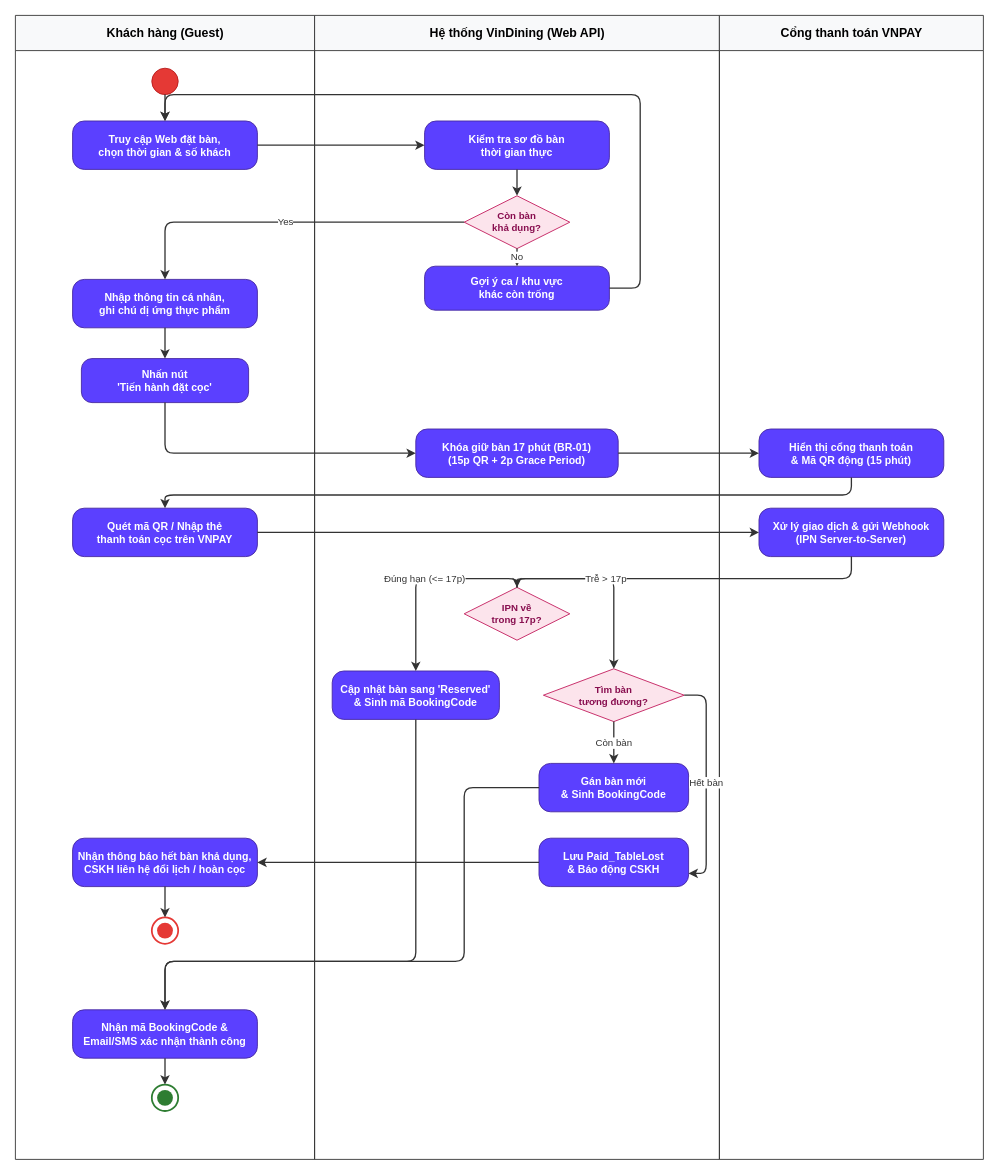
AndrewQng/VinDining keeps this draw.io diagram as docs/phase1/drawio/ad01_reservation_deposit.drawio. Above is the earlier version. Source tidied: cells renumbered, new cells numbered last; positions are measured from the earlier drawing's top-left corner, leaving out a move shared by most shapes. Both pictures are drawn from the tidied source at 88%, with x=0, y=0 at pixel (15, 15).
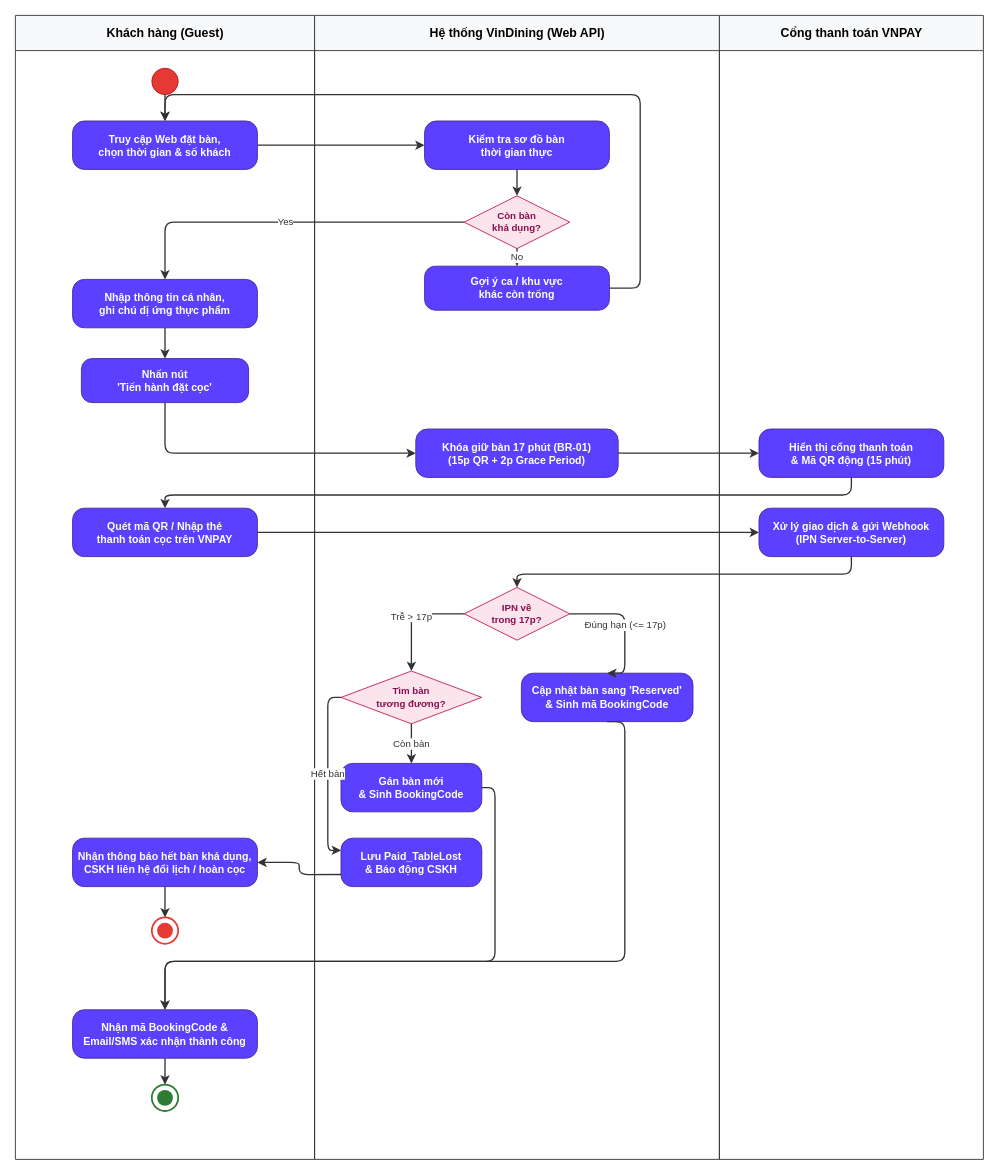
Above is the later version.

The change refers to these unchanged cells:
```xml
<mxCell id="7" value="Quét mã QR / Nhập thẻ&#10;thanh toán cọc trên VNPAY" style="rounded=1;arcSize=24;whiteSpace=wrap;html=1;fillColor=#5b40ff;strokeColor=#4527a0;fontColor=#ffffff;fontStyle=1;fontSize=12;align=center;verticalAlign=middle;" parent="2" vertex="1">
  <mxGeometry x="65" y="560" width="210" height="55" as="geometry" />
</mxCell>
<mxCell id="8" value="Nhận thông báo hết bàn khả dụng,&#10;CSKH liên hệ đổi lịch / hoàn cọc" style="rounded=1;arcSize=24;whiteSpace=wrap;html=1;fillColor=#5b40ff;strokeColor=#4527a0;fontColor=#ffffff;fontStyle=1;fontSize=12;align=center;verticalAlign=middle;" parent="2" vertex="1">
  <mxGeometry x="65" y="935" width="210" height="55" as="geometry" />
</mxCell>
<mxCell id="11" value="Nhận mã BookingCode &amp;&#10;Email/SMS xác nhận thành công" style="rounded=1;arcSize=24;whiteSpace=wrap;html=1;fillColor=#5b40ff;strokeColor=#4527a0;fontColor=#ffffff;fontStyle=1;fontSize=12;align=center;verticalAlign=middle;" parent="2" vertex="1">
  <mxGeometry x="65" y="1130" width="210" height="55" as="geometry" />
</mxCell>
<mxCell id="14" value="Hệ thống VinDining (Web API)" style="swimlane;html=1;startSize=40;horizontal=1;fontStyle=1;fontSize=14;align=center;verticalAlign=middle;fillColor=#f8f9fa;strokeColor=#333333;swimlaneLine=1;" parent="1" vertex="1">
  <mxGeometry x="340" width="460" height="1300" as="geometry" />
</mxCell>
<mxCell id="19" value="IPN về&#10;trong 17p?" style="rhombus;whiteSpace=wrap;html=1;fillColor=#fce4ec;strokeColor=#c2185b;fontColor=#880e4f;fontStyle=1;fontSize=11;align=center;verticalAlign=middle;" parent="14" vertex="1">
  <mxGeometry x="170" y="650" width="120" height="60" as="geometry" />
</mxCell>
<mxCell id="26" value="Xử lý giao dịch &amp; gửi Webhook&#10;(IPN Server-to-Server)" style="rounded=1;arcSize=24;whiteSpace=wrap;html=1;fillColor=#5b40ff;strokeColor=#4527a0;fontColor=#ffffff;fontStyle=1;fontSize=12;align=center;verticalAlign=middle;" parent="24" vertex="1">
  <mxGeometry x="45" y="560" width="210" height="55" as="geometry" />
</mxCell>
```

What changed in the source:
```diff
@@
-    <mxCell id="20" value="Cập nhật bàn sang 'Reserved'&#10;&amp; Sinh mã BookingCode" style="rounded=1;arcSize=24;whiteSpace=wrap;html=1;fillColor=#5b40ff;strokeColor=#4527a0;fontColor=#ffffff;fontStyle=1;fontSize=12;align=center;verticalAlign=middle;" parent="14" vertex="1">
-      <mxGeometry x="20" y="745" width="190" height="55" as="geometry" />
-    </mxCell>
     <mxCell id="21" value="Tìm bàn&#10;tương đương?" style="rhombus;whiteSpace=wrap;html=1;fillColor=#fce4ec;strokeColor=#c2185b;fontColor=#880e4f;fontStyle=1;fontSize=11;align=center;verticalAlign=middle;" parent="14" vertex="1">
-      <mxGeometry x="260" y="742.5" width="160" height="60" as="geometry" />
+      <mxGeometry x="30" y="745" width="160" height="60" as="geometry" />
     </mxCell>
     <mxCell id="22" value="Gán bàn mới&#10;&amp; Sinh BookingCode" style="rounded=1;arcSize=24;whiteSpace=wrap;html=1;fillColor=#5b40ff;strokeColor=#4527a0;fontColor=#ffffff;fontStyle=1;fontSize=12;align=center;verticalAlign=middle;" parent="14" vertex="1">
-      <mxGeometry x="255" y="850" width="170" height="55" as="geometry" />
+      <mxGeometry x="30" y="850" width="160" height="55" as="geometry" />
     </mxCell>
     <mxCell id="23" value="Lưu Paid_TableLost&#10;&amp; Báo động CSKH" style="rounded=1;arcSize=24;whiteSpace=wrap;html=1;fillColor=#5b40ff;strokeColor=#4527a0;fontColor=#ffffff;fontStyle=1;fontSize=12;align=center;verticalAlign=middle;" parent="14" vertex="1">
-      <mxGeometry x="255" y="935" width="170" height="55" as="geometry" />
+      <mxGeometry x="30" y="935" width="160" height="55" as="geometry" />
     </mxCell>
+    <mxCell id="20" value="Cập nhật bàn sang 'Reserved'&#10;&amp; Sinh mã BookingCode" style="rounded=1;arcSize=24;whiteSpace=wrap;html=1;fillColor=#5b40ff;strokeColor=#4527a0;fontColor=#ffffff;fontStyle=1;fontSize=12;align=center;verticalAlign=middle;" parent="14" vertex="1">
+      <mxGeometry x="235" y="747.5" width="195" height="55" as="geometry" />
+    </mxCell>
@@
-    <mxCell id="37" style="edgeStyle=orthogonalEdgeStyle;rounded=1;jettySize=auto;html=1;strokeColor=#333333;strokeWidth=1.5;fontSize=11;fontColor=#333333;" parent="1" edge="1" source="7" target="26">
-      <mxGeometry relative="1" as="geometry">
-        <Array as="points">
-          <mxPoint x="170" y="595" />
-          <mxPoint x="950" y="595" />
-        </Array>
-      </mxGeometry>
+    <mxCell id="37" style="edgeStyle=orthogonalEdgeStyle;rounded=1;jettySize=auto;html=1;strokeColor=#333333;strokeWidth=1.5;fontSize=11;fontColor=#333333;exitX=1;exitY=0.5;entryX=0;entryY=0.5;" parent="1" edge="1" source="7" target="26">
+      <mxGeometry relative="1" as="geometry" />
     </mxCell>
-    <mxCell id="38" style="edgeStyle=orthogonalEdgeStyle;rounded=1;jettySize=auto;html=1;strokeColor=#333333;strokeWidth=1.5;fontSize=11;fontColor=#333333;" parent="1" edge="1" source="26" target="19">
+    <mxCell id="38" style="edgeStyle=orthogonalEdgeStyle;rounded=1;jettySize=auto;html=1;strokeColor=#333333;strokeWidth=1.5;fontSize=11;fontColor=#333333;exitX=0.5;exitY=1;entryX=0.5;entryY=0;" parent="1" edge="1" source="26" target="19">
       <mxGeometry relative="1" as="geometry">
         <Array as="points">
-          <mxPoint x="950" y="640" />
-          <mxPoint x="570" y="640" />
+          <mxPoint x="950" y="635" />
+          <mxPoint x="570" y="635" />
         </Array>
       </mxGeometry>
     </mxCell>
-    <mxCell id="39" value="Đúng hạn (&lt;= 17p)" style="edgeStyle=orthogonalEdgeStyle;rounded=1;jettySize=auto;html=1;strokeColor=#333333;strokeWidth=1.5;fontSize=11;fontColor=#333333;" parent="1" edge="1" source="19" target="20">
+    <mxCell id="39" value="Đúng hạn (&lt;= 17p)" style="edgeStyle=orthogonalEdgeStyle;rounded=1;jettySize=auto;html=1;strokeColor=#333333;strokeWidth=1.5;fontSize=11;fontColor=#333333;exitX=1;exitY=0.5;entryX=0.5;entryY=0;" parent="1" edge="1" source="19" target="20">
       <mxGeometry relative="1" as="geometry">
         <Array as="points">
-          <mxPoint x="455" y="640" />
+          <mxPoint x="692.5" y="680" />
         </Array>
       </mxGeometry>
     </mxCell>
-    <mxCell id="40" value="Trễ &gt; 17p" style="edgeStyle=orthogonalEdgeStyle;rounded=1;jettySize=auto;html=1;strokeColor=#333333;strokeWidth=1.5;fontSize=11;fontColor=#333333;" parent="1" edge="1" source="19" target="21">
+    <mxCell id="40" value="Trễ &gt; 17p" style="edgeStyle=orthogonalEdgeStyle;rounded=1;jettySize=auto;html=1;strokeColor=#333333;strokeWidth=1.5;fontSize=11;fontColor=#333333;exitX=0;exitY=0.5;entryX=0.5;entryY=0;" parent="1" edge="1" source="19" target="21">
       <mxGeometry relative="1" as="geometry">
         <Array as="points">
-          <mxPoint x="680" y="640" />
+          <mxPoint x="450" y="680" />
         </Array>
       </mxGeometry>
     </mxCell>
-    <mxCell id="41" value="Còn bàn" style="edgeStyle=orthogonalEdgeStyle;rounded=1;jettySize=auto;html=1;strokeColor=#333333;strokeWidth=1.5;fontSize=11;fontColor=#333333;" parent="1" edge="1" source="21" target="22">
+    <mxCell id="41" value="Còn bàn" style="edgeStyle=orthogonalEdgeStyle;rounded=1;jettySize=auto;html=1;strokeColor=#333333;strokeWidth=1.5;fontSize=11;fontColor=#333333;exitX=0.5;exitY=1;entryX=0.5;entryY=0;" parent="1" edge="1" source="21" target="22">
       <mxGeometry relative="1" as="geometry" />
     </mxCell>
-    <mxCell id="42" value="Hết bàn" style="edgeStyle=orthogonalEdgeStyle;rounded=1;jettySize=auto;html=1;strokeColor=#333333;strokeWidth=1.5;fontSize=11;fontColor=#333333;" parent="1" edge="1" source="21" target="23">
+    <mxCell id="42" value="Hết bàn" style="edgeStyle=orthogonalEdgeStyle;rounded=1;jettySize=auto;html=1;strokeColor=#333333;strokeWidth=1.5;fontSize=11;fontColor=#333333;exitX=0;exitY=0.5;entryX=0;entryY=0.25;" parent="1" edge="1" source="21" target="23">
       <mxGeometry relative="1" as="geometry">
         <Array as="points">
-          <mxPoint x="785" y="772.5" />
-          <mxPoint x="785" y="975" />
+          <mxPoint x="355" y="775" />
+          <mxPoint x="355" y="948.8" />
         </Array>
       </mxGeometry>
     </mxCell>
-    <mxCell id="43" style="edgeStyle=orthogonalEdgeStyle;rounded=1;jettySize=auto;html=1;strokeColor=#333333;strokeWidth=1.5;fontSize=11;fontColor=#333333;" parent="1" edge="1" source="23" target="8">
+    <mxCell id="43" style="edgeStyle=orthogonalEdgeStyle;rounded=1;jettySize=auto;html=1;strokeColor=#333333;strokeWidth=1.5;fontSize=11;fontColor=#333333;exitX=0;exitY=0.75;entryX=1;entryY=0.5;" parent="1" edge="1" source="23" target="8">
       <mxGeometry relative="1" as="geometry" />
     </mxCell>
@@
-    <mxCell id="45" style="edgeStyle=orthogonalEdgeStyle;rounded=1;jettySize=auto;html=1;strokeColor=#333333;strokeWidth=1.5;fontSize=11;fontColor=#333333;" parent="1" edge="1" source="20" target="11">
+    <mxCell id="45" style="edgeStyle=orthogonalEdgeStyle;rounded=1;jettySize=auto;html=1;strokeColor=#333333;strokeWidth=1.5;fontSize=11;fontColor=#333333;exitX=0.5;exitY=1;entryX=0.5;entryY=0;" parent="1" edge="1" source="20" target="11">
       <mxGeometry relative="1" as="geometry">
         <Array as="points">
-          <mxPoint x="455" y="1075" />
+          <mxPoint x="692.5" y="1075" />
           <mxPoint x="170" y="1075" />
         </Array>
       </mxGeometry>
     </mxCell>
-    <mxCell id="46" style="edgeStyle=orthogonalEdgeStyle;rounded=1;jettySize=auto;html=1;strokeColor=#333333;strokeWidth=1.5;fontSize=11;fontColor=#333333;exitX=0;exitY=0.5;" parent="1" edge="1" source="22" target="11">
+    <mxCell id="46" style="edgeStyle=orthogonalEdgeStyle;rounded=1;jettySize=auto;html=1;strokeColor=#333333;strokeWidth=1.5;fontSize=11;fontColor=#333333;exitX=1;exitY=0.5;entryX=0.5;entryY=0;" parent="1" edge="1" source="22" target="11">
       <mxGeometry relative="1" as="geometry">
         <Array as="points">
-          <mxPoint x="510" y="877.5" />
-          <mxPoint x="510" y="1075" />
+          <mxPoint x="545" y="877.5" />
+          <mxPoint x="545" y="1075" />
           <mxPoint x="170" y="1075" />
         </Array>
       </mxGeometry>
     </mxCell>
```
